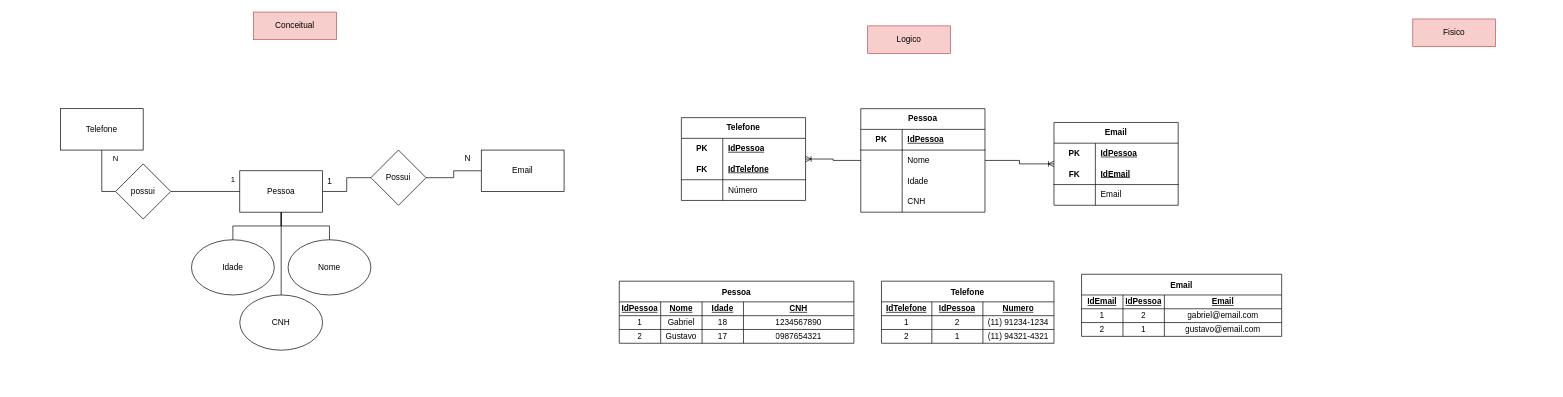
gsampaiowz/senai_sem2 keeps this draw.io diagram as page "01" (2 of 7) of ex.drawio. Above is the earlier version. Source tidied: cells renumbered, new cells numbered last; positions are measured from the earlier drawing's top-left corner, leaving out a move shared by most shapes. Both pictures are drawn from the tidied source at 69%, with x=0, y=0 at pixel (60, 12).
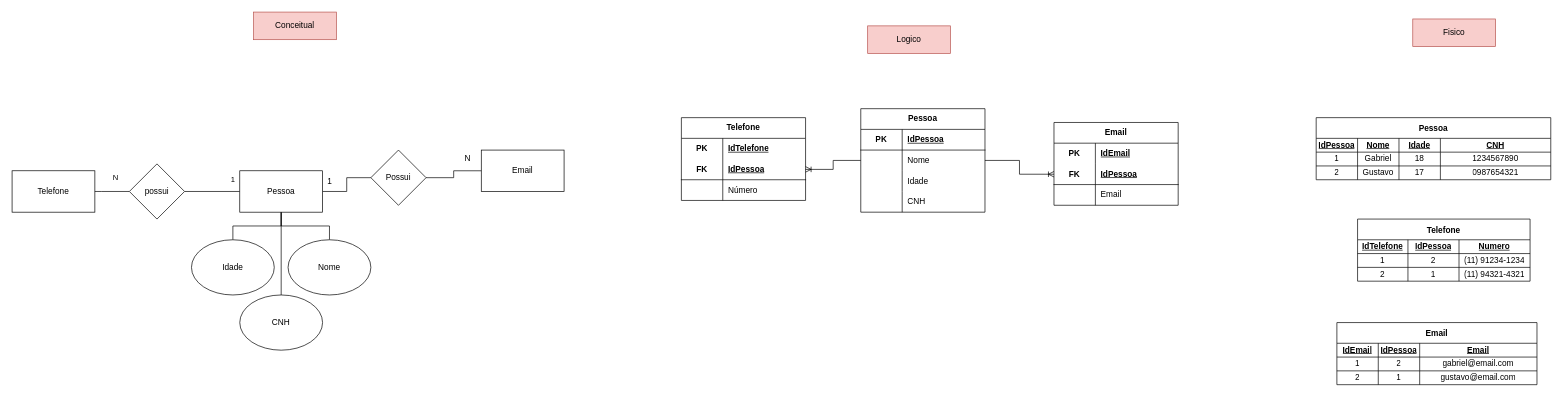
Above is the later version.

The change refers to these unchanged cells:
```xml
<mxCell id="25" value="Pessoa" style="shape=table;startSize=30;childLayout=tableLayout;rowLines=0;fontStyle=1;align=center;html=1;whiteSpace=wrap;" parent="1" vertex="1">
  <mxGeometry x="1160" y="140" width="180" height="150" as="geometry" />
</mxCell>
<mxCell id="38" value="Telefone" style="shape=table;startSize=30;childLayout=tableLayout;rowLines=0;fontStyle=1;align=center;html=1;whiteSpace=wrap;strokeColor=default;columnLines=1;top=1;bottom=1;" parent="1" vertex="1">
  <mxGeometry x="900" y="153" width="180" height="120" as="geometry" />
</mxCell>
<mxCell id="39" style="shape=tableRow;horizontal=0;startSize=0;swimlaneHead=0;swimlaneBody=0;fillColor=none;top=0;left=0;right=0;bottom=0;html=1;swimlaneLine=0;strokeColor=inherit;" parent="38" vertex="1">
  <mxGeometry y="30" width="180" height="30" as="geometry" />
</mxCell>
<mxCell id="42" style="shape=tableRow;horizontal=0;startSize=0;swimlaneHead=0;swimlaneBody=0;fillColor=none;points=[[0,0.5],[1,0.5]];portConstraint=eastwest;top=0;left=0;right=0;bottom=1;html=1;strokeColor=inherit;swimlaneLine=0;" parent="38" vertex="1">
  <mxGeometry y="60" width="180" height="30" as="geometry" />
</mxCell>
<mxCell id="48" value="Email" style="shape=table;startSize=30;childLayout=tableLayout;rowLines=0;fontStyle=1;align=center;html=1;whiteSpace=wrap;strokeColor=default;columnLines=1;top=1;bottom=1;" parent="1" vertex="1">
  <mxGeometry x="1440" y="160" width="180" height="120" as="geometry" />
</mxCell>
<mxCell id="49" style="shape=tableRow;horizontal=0;startSize=0;swimlaneHead=0;swimlaneBody=0;fillColor=none;top=0;left=0;right=0;bottom=0;html=1;swimlaneLine=0;strokeColor=inherit;" parent="48" vertex="1">
  <mxGeometry y="30" width="180" height="30" as="geometry" />
</mxCell>
<mxCell id="52" style="shape=tableRow;horizontal=0;startSize=0;swimlaneHead=0;swimlaneBody=0;fillColor=none;points=[[0,0.5],[1,0.5]];portConstraint=eastwest;top=0;left=0;right=0;bottom=1;html=1;strokeColor=inherit;swimlaneLine=0;" parent="48" vertex="1">
  <mxGeometry y="60" width="180" height="30" as="geometry" />
</mxCell>
```

Diff of the diagram source:
```diff
@@
     <mxCell id="16" value="Telefone" style="rounded=0;whiteSpace=wrap;html=1;" parent="1" vertex="1">
-      <mxGeometry y="140" width="120" height="60" as="geometry" />
+      <mxGeometry x="-70" y="230" width="120" height="60" as="geometry" />
     </mxCell>
@@
     <mxCell id="18" value="possui" style="rhombus;whiteSpace=wrap;html=1;rounded=0;" parent="1" vertex="1">
-      <mxGeometry x="80" y="220" width="80" height="80" as="geometry" />
+      <mxGeometry x="100" y="220" width="80" height="80" as="geometry" />
     </mxCell>
@@
     <mxCell id="20" value="N" style="text;html=1;align=center;verticalAlign=middle;strokeColor=none;fillColor=none;fontSize=11;fontFamily=Helvetica;fontColor=default;" parent="1" vertex="1">
-      <mxGeometry x="65" y="198" width="30" height="30" as="geometry" />
+      <mxGeometry x="65" y="225" width="30" height="30" as="geometry" />
     </mxCell>
@@
-    <mxCell id="23" style="edgeStyle=orthogonalEdgeStyle;rounded=0;jettySize=auto;html=1;endArrow=ERoneToMany;endFill=0;" parent="1" edge="1" source="25" target="38">
-      <mxGeometry relative="1" as="geometry" />
+    <mxCell id="23" style="edgeStyle=orthogonalEdgeStyle;rounded=0;jettySize=auto;html=1;endArrow=ERoneToMany;endFill=0;" parent="1" edge="1" source="25" target="42">
+      <mxGeometry relative="1" as="geometry">
+        <Array as="points">
+          <mxPoint x="1120" y="215" />
+          <mxPoint x="1120" y="228" />
+        </Array>
+      </mxGeometry>
     </mxCell>
-    <mxCell id="24" style="edgeStyle=orthogonalEdgeStyle;rounded=0;jettySize=auto;html=1;endArrow=ERoneToMany;endFill=0;" parent="1" edge="1" source="25" target="48">
+    <mxCell id="24" style="edgeStyle=orthogonalEdgeStyle;rounded=0;jettySize=auto;html=1;endArrow=ERoneToMany;endFill=0;" parent="1" edge="1" source="25" target="52">
       <mxGeometry relative="1" as="geometry" />
     </mxCell>
@@
-    <mxCell id="41" value="IdPessoa" style="shape=partialRectangle;fillColor=none;top=0;left=0;bottom=0;right=0;align=left;spacingLeft=6;fontStyle=5;overflow=hidden;html=1;whiteSpace=wrap;strokeColor=inherit;" parent="39" vertex="1">
+    <mxCell id="41" value="IdTelefone" style="shape=partialRectangle;fillColor=none;top=0;left=0;bottom=0;right=0;align=left;spacingLeft=6;fontStyle=5;overflow=hidden;html=1;whiteSpace=wrap;strokeColor=inherit;" parent="39" vertex="1">
       <mxGeometry x="60" width="120" height="30" as="geometry" />
     </mxCell>
@@
-    <mxCell id="44" value="IdTelefone" style="shape=partialRectangle;fillColor=none;top=0;left=0;bottom=0;right=0;align=left;spacingLeft=6;fontStyle=5;overflow=hidden;html=1;whiteSpace=wrap;" parent="42" vertex="1">
+    <mxCell id="44" value="IdPessoa" style="shape=partialRectangle;fillColor=none;top=0;left=0;bottom=0;right=0;align=left;spacingLeft=6;fontStyle=5;overflow=hidden;html=1;whiteSpace=wrap;" parent="42" vertex="1">
       <mxGeometry x="60" width="120" height="30" as="geometry" />
     </mxCell>
@@
-    <mxCell id="51" value="IdPessoa" style="shape=partialRectangle;fillColor=none;top=0;left=0;bottom=0;right=0;align=left;spacingLeft=6;fontStyle=5;overflow=hidden;html=1;whiteSpace=wrap;strokeColor=inherit;" parent="49" vertex="1">
+    <mxCell id="51" value="IdEmail" style="shape=partialRectangle;fillColor=none;top=0;left=0;bottom=0;right=0;align=left;spacingLeft=6;fontStyle=5;overflow=hidden;html=1;whiteSpace=wrap;strokeColor=inherit;" parent="49" vertex="1">
       <mxGeometry x="60" width="120" height="30" as="geometry" />
     </mxCell>
@@
-    <mxCell id="54" value="IdEmail" style="shape=partialRectangle;fillColor=none;top=0;left=0;bottom=0;right=0;align=left;spacingLeft=6;fontStyle=5;overflow=hidden;html=1;whiteSpace=wrap;" parent="52" vertex="1">
+    <mxCell id="54" value="IdPessoa" style="shape=partialRectangle;fillColor=none;top=0;left=0;bottom=0;right=0;align=left;spacingLeft=6;fontStyle=5;overflow=hidden;html=1;whiteSpace=wrap;" parent="52" vertex="1">
       <mxGeometry x="60" width="120" height="30" as="geometry" />
     </mxCell>
@@
     <mxCell id="59" value="Pessoa" style="shape=table;startSize=30;childLayout=tableLayout;fontStyle=1;" parent="1" vertex="1">
-      <mxGeometry x="810" y="390" width="340" height="90" as="geometry" />
+      <mxGeometry x="1820" y="153" width="340" height="90" as="geometry" />
     </mxCell>
@@
     <mxCell id="75" value="Telefone" style="shape=table;startSize=30;childLayout=tableLayout;fontStyle=1;" parent="1" vertex="1">
-      <mxGeometry x="1190" y="390" width="250" height="90" as="geometry" />
+      <mxGeometry x="1880" y="300" width="250" height="90" as="geometry" />
     </mxCell>
@@
     <mxCell id="88" value="Email" style="shape=table;startSize=30;childLayout=tableLayout;fontStyle=1;" parent="1" vertex="1">
-      <mxGeometry x="1480" y="380" width="290" height="90" as="geometry" />
+      <mxGeometry x="1850" y="450" width="290" height="90" as="geometry" />
     </mxCell>
```
